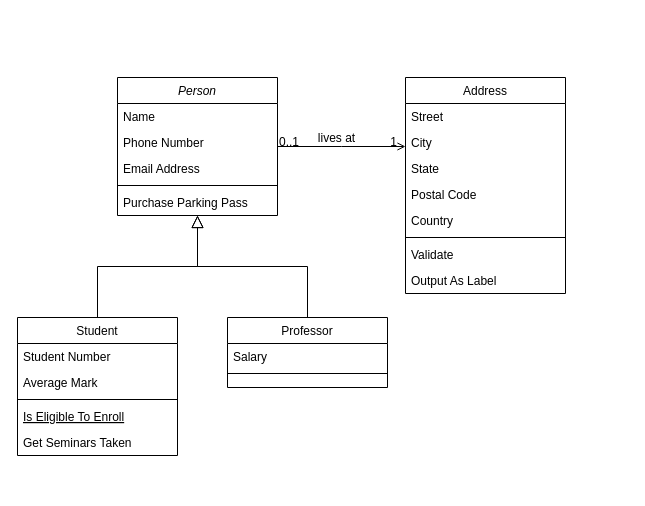
This is Diagramme de classe.drawio from BorchaniMohamed/Projet-MICRO-SERVICES, a draw.io file, before an edit. Source tidied: cells renumbered, new cells numbered last; positions are measured from the earlier drawing's top-left corner, leaving out a move shared by most shapes. Both pictures are drawn from the tidied source at 100%, with x=0, y=0 at pixel (17, 77).
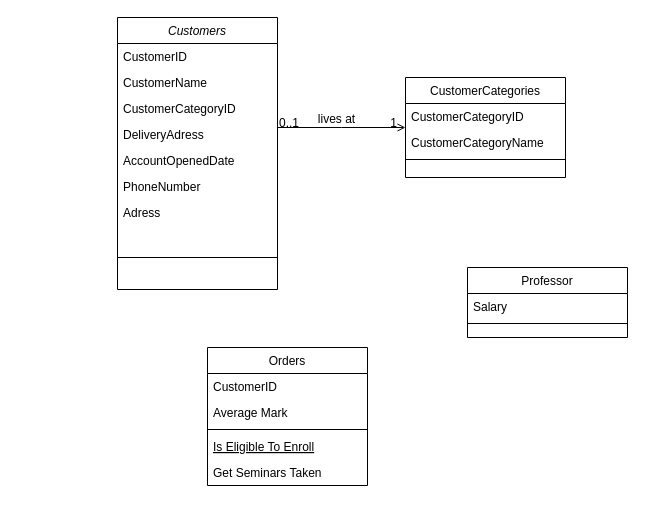
The same diagram, later.

Commit message:
Mettre à jour Diagramme de classe.drawio

Diff of the diagram source:
```diff
@@
-    <mxCell id="2" value="Person" style="swimlane;fontStyle=2;align=center;verticalAlign=top;horizontal=1;startSize=26;rounded=0;shadow=0;strokeWidth=1;" parent="1" vertex="1">
-      <mxGeometry x="100" width="160" height="138" as="geometry" />
+    <mxCell id="2" value="Customers&#10;" style="swimlane;fontStyle=2;align=center;verticalAlign=top;horizontal=1;startSize=26;rounded=0;shadow=0;strokeWidth=1;" parent="1" vertex="1">
+      <mxGeometry x="100" y="-60" width="160" height="272" as="geometry" />
     </mxCell>
-    <mxCell id="3" value="Name" style="text;align=left;verticalAlign=top;spacingLeft=4;spacingRight=4;overflow=hidden;" parent="2" vertex="1">
+    <mxCell id="3" value="CustomerID" style="text;align=left;verticalAlign=top;spacingLeft=4;spacingRight=4;overflow=hidden;" parent="2" vertex="1">
       <mxGeometry y="26" width="160" height="26" as="geometry" />
     </mxCell>
-    <mxCell id="4" value="Phone Number" style="text;align=left;verticalAlign=top;spacingLeft=4;spacingRight=4;overflow=hidden;rounded=0;shadow=0;html=0;" parent="2" vertex="1">
+    <mxCell id="4" value="CustomerName" style="text;align=left;verticalAlign=top;spacingLeft=4;spacingRight=4;overflow=hidden;rounded=0;shadow=0;html=0;" parent="2" vertex="1">
       <mxGeometry y="52" width="160" height="26" as="geometry" />
     </mxCell>
-    <mxCell id="5" value="Email Address" style="text;align=left;verticalAlign=top;spacingLeft=4;spacingRight=4;overflow=hidden;rounded=0;shadow=0;html=0;" parent="2" vertex="1">
+    <mxCell id="5" value="CustomerCategoryID&#10;&#10;&#10;" style="text;align=left;verticalAlign=top;spacingLeft=4;spacingRight=4;overflow=hidden;rounded=0;shadow=0;html=0;" parent="2" vertex="1">
       <mxGeometry y="78" width="160" height="26" as="geometry" />
     </mxCell>
+    <mxCell id="32" value="DeliveryAdress" style="text;align=left;verticalAlign=top;spacingLeft=4;spacingRight=4;overflow=hidden;rounded=0;shadow=0;html=0;" parent="2" vertex="1">
+      <mxGeometry y="104" width="160" height="26" as="geometry" />
+    </mxCell>
+    <mxCell id="33" value="AccountOpenedDate" style="text;align=left;verticalAlign=top;spacingLeft=4;spacingRight=4;overflow=hidden;rounded=0;shadow=0;html=0;" parent="2" vertex="1">
+      <mxGeometry y="130" width="160" height="26" as="geometry" />
+    </mxCell>
+    <mxCell id="34" value="PhoneNumber" style="text;align=left;verticalAlign=top;spacingLeft=4;spacingRight=4;overflow=hidden;rounded=0;shadow=0;html=0;" parent="2" vertex="1">
+      <mxGeometry y="156" width="160" height="26" as="geometry" />
+    </mxCell>
+    <mxCell id="35" value="Adress" style="text;align=left;verticalAlign=top;spacingLeft=4;spacingRight=4;overflow=hidden;rounded=0;shadow=0;html=0;" parent="2" vertex="1">
+      <mxGeometry y="182" width="160" height="26" as="geometry" />
+    </mxCell>
     <mxCell id="6" style="line;html=1;strokeWidth=1;align=left;verticalAlign=middle;spacingTop=-1;spacingLeft=3;spacingRight=3;labelPosition=right;" parent="2" vertex="1">
-      <mxGeometry y="104" width="160" height="8" as="geometry" />
+      <mxGeometry y="208" width="160" height="64" as="geometry" />
     </mxCell>
-    <mxCell id="7" value="Purchase Parking Pass" style="text;align=left;verticalAlign=top;spacingLeft=4;spacingRight=4;overflow=hidden;" parent="2" vertex="1">
-      <mxGeometry y="112" width="160" height="26" as="geometry" />
-    </mxCell>
-    <mxCell id="8" value="Student" style="swimlane;fontStyle=0;align=center;verticalAlign=top;horizontal=1;startSize=26;rounded=0;shadow=0;strokeWidth=1;" parent="1" vertex="1">
-      <mxGeometry y="240" width="160" height="138" as="geometry" />
+    <mxCell id="8" value="Orders" style="swimlane;fontStyle=0;align=center;verticalAlign=top;horizontal=1;startSize=26;rounded=0;shadow=0;strokeWidth=1;" parent="1" vertex="1">
+      <mxGeometry x="190" y="270" width="160" height="138" as="geometry" />
     </mxCell>
-    <mxCell id="9" value="Student Number" style="text;align=left;verticalAlign=top;spacingLeft=4;spacingRight=4;overflow=hidden;" parent="8" vertex="1">
+    <mxCell id="9" value="CustomerID" style="text;align=left;verticalAlign=top;spacingLeft=4;spacingRight=4;overflow=hidden;" parent="8" vertex="1">
       <mxGeometry y="26" width="160" height="26" as="geometry" />
     </mxCell>
@@
-    <mxCell id="14" style="endArrow=block;endSize=10;endFill=0;shadow=0;strokeWidth=1;rounded=0;edgeStyle=elbowEdgeStyle;elbow=vertical;" parent="1" edge="1" source="8" target="2">
-      <mxGeometry relative="1" as="geometry" />
-    </mxCell>
     <mxCell id="15" value="Professor" style="swimlane;fontStyle=0;align=center;verticalAlign=top;horizontal=1;startSize=26;rounded=0;shadow=0;strokeWidth=1;" parent="1" vertex="1">
-      <mxGeometry x="210" y="240" width="160" height="70" as="geometry" />
+      <mxGeometry x="450" y="190" width="160" height="70" as="geometry" />
     </mxCell>
@@
-    <mxCell id="18" style="endArrow=block;endSize=10;endFill=0;shadow=0;strokeWidth=1;rounded=0;edgeStyle=elbowEdgeStyle;elbow=vertical;" parent="1" edge="1" source="15" target="2">
-      <mxGeometry relative="1" as="geometry" />
-    </mxCell>
-    <mxCell id="19" value="Address" style="swimlane;fontStyle=0;align=center;verticalAlign=top;horizontal=1;startSize=26;rounded=0;shadow=0;strokeWidth=1;" parent="1" vertex="1">
-      <mxGeometry x="388" width="160" height="216" as="geometry" />
+    <mxCell id="19" value="CustomerCategories" style="swimlane;fontStyle=0;align=center;verticalAlign=top;horizontal=1;startSize=26;rounded=0;shadow=0;strokeWidth=1;" parent="1" vertex="1">
+      <mxGeometry x="388" width="160" height="100" as="geometry" />
     </mxCell>
-    <mxCell id="20" value="Street" style="text;align=left;verticalAlign=top;spacingLeft=4;spacingRight=4;overflow=hidden;" parent="19" vertex="1">
+    <mxCell id="20" value="CustomerCategoryID" style="text;align=left;verticalAlign=top;spacingLeft=4;spacingRight=4;overflow=hidden;" parent="19" vertex="1">
       <mxGeometry y="26" width="160" height="26" as="geometry" />
     </mxCell>
-    <mxCell id="21" value="City" style="text;align=left;verticalAlign=top;spacingLeft=4;spacingRight=4;overflow=hidden;rounded=0;shadow=0;html=0;" parent="19" vertex="1">
+    <mxCell id="21" value="CustomerCategoryName" style="text;align=left;verticalAlign=top;spacingLeft=4;spacingRight=4;overflow=hidden;rounded=0;shadow=0;html=0;" parent="19" vertex="1">
       <mxGeometry y="52" width="160" height="26" as="geometry" />
     </mxCell>
-    <mxCell id="22" value="State" style="text;align=left;verticalAlign=top;spacingLeft=4;spacingRight=4;overflow=hidden;rounded=0;shadow=0;html=0;" parent="19" vertex="1">
-      <mxGeometry y="78" width="160" height="26" as="geometry" />
-    </mxCell>
-    <mxCell id="23" value="Postal Code" style="text;align=left;verticalAlign=top;spacingLeft=4;spacingRight=4;overflow=hidden;rounded=0;shadow=0;html=0;" parent="19" vertex="1">
-      <mxGeometry y="104" width="160" height="26" as="geometry" />
-    </mxCell>
-    <mxCell id="24" value="Country" style="text;align=left;verticalAlign=top;spacingLeft=4;spacingRight=4;overflow=hidden;rounded=0;shadow=0;html=0;" parent="19" vertex="1">
-      <mxGeometry y="130" width="160" height="26" as="geometry" />
-    </mxCell>
     <mxCell id="25" style="line;html=1;strokeWidth=1;align=left;verticalAlign=middle;spacingTop=-1;spacingLeft=3;spacingRight=3;labelPosition=right;" parent="19" vertex="1">
-      <mxGeometry y="156" width="160" height="8" as="geometry" />
+      <mxGeometry y="78" width="160" height="8" as="geometry" />
     </mxCell>
-    <mxCell id="26" value="Validate" style="text;align=left;verticalAlign=top;spacingLeft=4;spacingRight=4;overflow=hidden;" parent="19" vertex="1">
-      <mxGeometry y="164" width="160" height="26" as="geometry" />
-    </mxCell>
-    <mxCell id="27" value="Output As Label" style="text;align=left;verticalAlign=top;spacingLeft=4;spacingRight=4;overflow=hidden;" parent="19" vertex="1">
-      <mxGeometry y="190" width="160" height="26" as="geometry" />
-    </mxCell>
```
